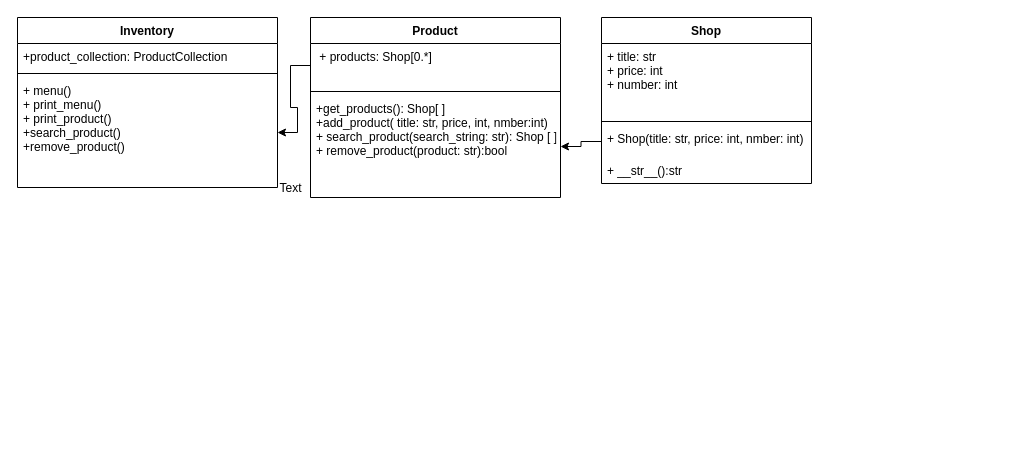
Before: Namnlöst diagram.drawio in Ibrahim-karhman/ibrahim-2, a draw.io diagram. Source tidied: cells renumbered, new cells numbered last; positions are measured from the earlier drawing's top-left corner, leaving out a move shared by most shapes. Both pictures are drawn from the tidied source at 100%, with x=0, y=0 at pixel (17, 17).
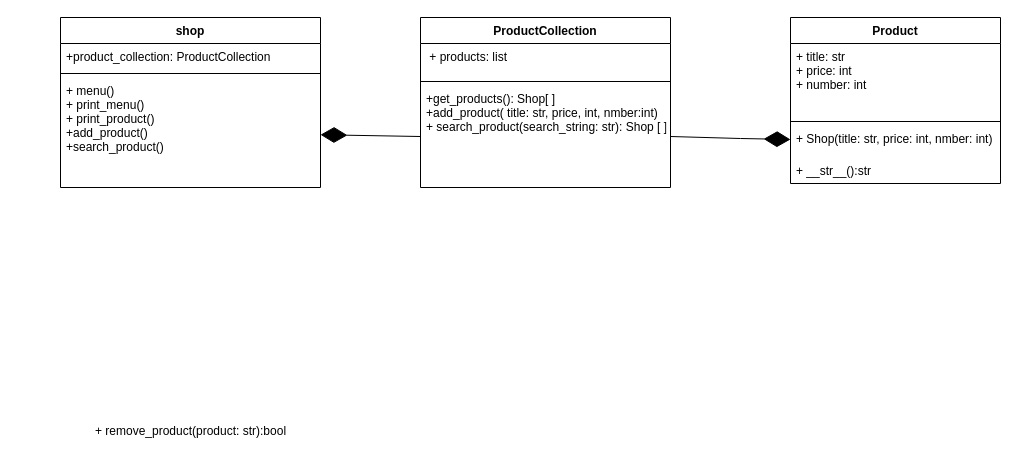
After the change.

Unchanged cells that the change refers to:
```xml
<mxCell id="5" value="+ Shop(title: str, price: int, nmber: int)" style="text;strokeColor=none;fillColor=none;align=left;verticalAlign=top;spacingLeft=4;spacingRight=4;overflow=hidden;points=[[0,0.5],[1,0.5]];portConstraint=eastwest;" parent="2" vertex="1">
  <mxGeometry y="108" width="210" height="32" as="geometry" />
</mxCell>
```

What changed in the source:
```diff
@@
-    <mxCell id="2" value="Shop" style="swimlane;fontStyle=1;align=center;verticalAlign=top;horizontal=1;startSize=26;" parent="1" vertex="1">
-      <mxGeometry x="584" width="210" height="166" as="geometry" />
+    <mxCell id="2" value="Product" style="swimlane;fontStyle=1;align=center;verticalAlign=top;horizontal=1;startSize=26;" parent="1" vertex="1">
+      <mxGeometry x="773" width="210" height="166" as="geometry" />
     </mxCell>
@@
-    <mxCell id="7" value="Product" style="swimlane;fontStyle=1;align=center;verticalAlign=top;horizontal=1;startSize=26;" parent="1" vertex="1">
-      <mxGeometry x="293" width="250" height="180" as="geometry" />
+    <mxCell id="7" value="ProductCollection" style="swimlane;fontStyle=1;align=center;verticalAlign=top;horizontal=1;startSize=26;" parent="1" vertex="1">
+      <mxGeometry x="403" width="250" height="170" as="geometry" />
     </mxCell>
-    <mxCell id="8" value=" + products: Shop[0.*] " style="text;strokeColor=none;fillColor=none;align=left;verticalAlign=top;spacingLeft=4;spacingRight=4;overflow=hidden;points=[[0,0.5],[1,0.5]];portConstraint=eastwest;" parent="7" vertex="1">
-      <mxGeometry y="26" width="250" height="44" as="geometry" />
+    <mxCell id="8" value=" + products: list " style="text;strokeColor=none;fillColor=none;align=left;verticalAlign=top;spacingLeft=4;spacingRight=4;overflow=hidden;points=[[0,0.5],[1,0.5]];portConstraint=eastwest;" parent="7" vertex="1">
+      <mxGeometry y="26" width="250" height="34" as="geometry" />
     </mxCell>
     <mxCell id="9" style="line;strokeWidth=1;fillColor=none;align=left;verticalAlign=middle;spacingTop=-1;spacingLeft=3;spacingRight=3;labelPosition=right;strokeColor=inherit;" parent="7" vertex="1">
-      <mxGeometry y="70" width="250" height="8" as="geometry" />
+      <mxGeometry y="60" width="250" height="8" as="geometry" />
     </mxCell>
-    <mxCell id="10" value="+get_products(): Shop[ ]&#10;+add_product( title: str, price, int, nmber:int)&#10;+ search_product(search_string: str): Shop [ ]&#10;+ remove_product(product: str):bool&#10;" style="text;strokeColor=none;fillColor=none;align=left;verticalAlign=top;spacingLeft=4;spacingRight=4;overflow=hidden;points=[[0,0.5],[1,0.5]];portConstraint=eastwest;" parent="7" vertex="1">
-      <mxGeometry y="78" width="250" height="102" as="geometry" />
+    <mxCell id="10" value="+get_products(): Shop[ ]&#10;+add_product( title: str, price, int, nmber:int)&#10;+ search_product(search_string: str): Shop [ ]&#10;" style="text;strokeColor=none;fillColor=none;align=left;verticalAlign=top;spacingLeft=4;spacingRight=4;overflow=hidden;points=[[0,0.5],[1,0.5]];portConstraint=eastwest;" parent="7" vertex="1">
+      <mxGeometry y="68" width="250" height="102" as="geometry" />
     </mxCell>
-    <mxCell id="11" value="Inventory" style="swimlane;fontStyle=1;align=center;verticalAlign=top;horizontal=1;startSize=26;" parent="1" vertex="1">
-      <mxGeometry width="260" height="170" as="geometry" />
+    <mxCell id="11" value="shop" style="swimlane;fontStyle=1;align=center;verticalAlign=top;horizontal=1;startSize=26;" parent="1" vertex="1">
+      <mxGeometry x="43" width="260" height="170" as="geometry" />
     </mxCell>
@@
-    <mxCell id="14" value="+ menu()&#10;+ print_menu()&#10;+ print_product()&#10;+search_product()&#10;+remove_product()" style="text;strokeColor=none;fillColor=none;align=left;verticalAlign=top;spacingLeft=4;spacingRight=4;overflow=hidden;points=[[0,0.5],[1,0.5]];portConstraint=eastwest;" parent="11" vertex="1">
+    <mxCell id="14" value="+ menu()&#10;+ print_menu()&#10;+ print_product()&#10;+add_product()&#10;+search_product()&#10;" style="text;strokeColor=none;fillColor=none;align=left;verticalAlign=top;spacingLeft=4;spacingRight=4;overflow=hidden;points=[[0,0.5],[1,0.5]];portConstraint=eastwest;" parent="11" vertex="1">
       <mxGeometry y="60" width="260" height="110" as="geometry" />
     </mxCell>
-    <mxCell id="15" style="edgeStyle=orthogonalEdgeStyle;rounded=0;jettySize=auto;html=1;" parent="1" edge="1" source="8" target="14">
-      <mxGeometry relative="1" as="geometry" />
-    </mxCell>
-    <mxCell id="16" style="edgeStyle=orthogonalEdgeStyle;rounded=0;jettySize=auto;html=1;" parent="1" edge="1" source="5" target="10">
-      <mxGeometry relative="1" as="geometry" />
-    </mxCell>
-    <mxCell id="17" value="Text" style="text;html=1;align=center;verticalAlign=middle;strokeColor=none;fillColor=none;" parent="1" vertex="1">
-      <mxGeometry x="253" y="161" width="40" height="20" as="geometry" />
-    </mxCell>
+    <mxCell id="18" value="+ remove_product(product: str):bool&lt;div style=&quot;padding: 0px; margin: 0px;&quot;&gt;&lt;br style=&quot;padding: 0px; margin: 0px; text-align: left;&quot;&gt;&lt;/div&gt;" style="text;html=1;align=center;verticalAlign=middle;strokeColor=none;fillColor=none;" parent="1" vertex="1">
+      <mxGeometry x="68" y="401" width="210" height="40" as="geometry" />
+    </mxCell>
+    <mxCell id="19" value="&lt;div style=&quot;color: rgb(212, 212, 212); background-color: rgb(30, 30, 30); font-family: Menlo, Monaco, &amp;quot;Courier New&amp;quot;, monospace; line-height: 18px;&quot;&gt;&lt;br&gt;&lt;/div&gt;" style="text;html=1;align=center;verticalAlign=middle;strokeColor=none;fillColor=none;" parent="1" vertex="1">
+      <mxGeometry x="133" y="206" width="20" height="30" as="geometry" />
+    </mxCell>
+    <mxCell id="20" style="endArrow=diamondThin;endFill=1;endSize=24;html=1;rounded=0;exitX=0;exitY=0.5;exitDx=0;exitDy=0;" parent="1" edge="1" source="10" target="14">
+      <mxGeometry relative="1" as="geometry" />
+    </mxCell>
+    <mxCell id="21" style="endArrow=diamondThin;endFill=1;endSize=24;html=1;rounded=0;exitX=1;exitY=0.5;exitDx=0;exitDy=0;" parent="1" edge="1" source="10" target="5">
+      <mxGeometry relative="1" as="geometry">
+        <Array as="points">
+          <mxPoint x="723" y="121" />
+        </Array>
+      </mxGeometry>
+    </mxCell>
```
